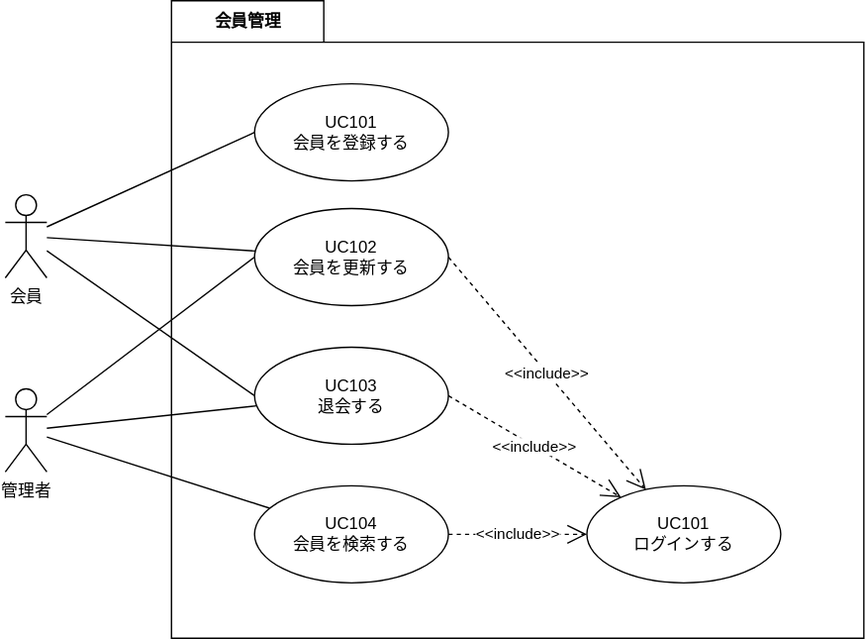
Before: documents/10_要件定義/image/usecase.svg, a diagram exported from draw.io (la-java-silicon-2021/shopping-doc). Source tidied: cells renumbered, new cells last; positions are measured from the earlier drawing's top-left corner, leaving out a move shared by most shapes.
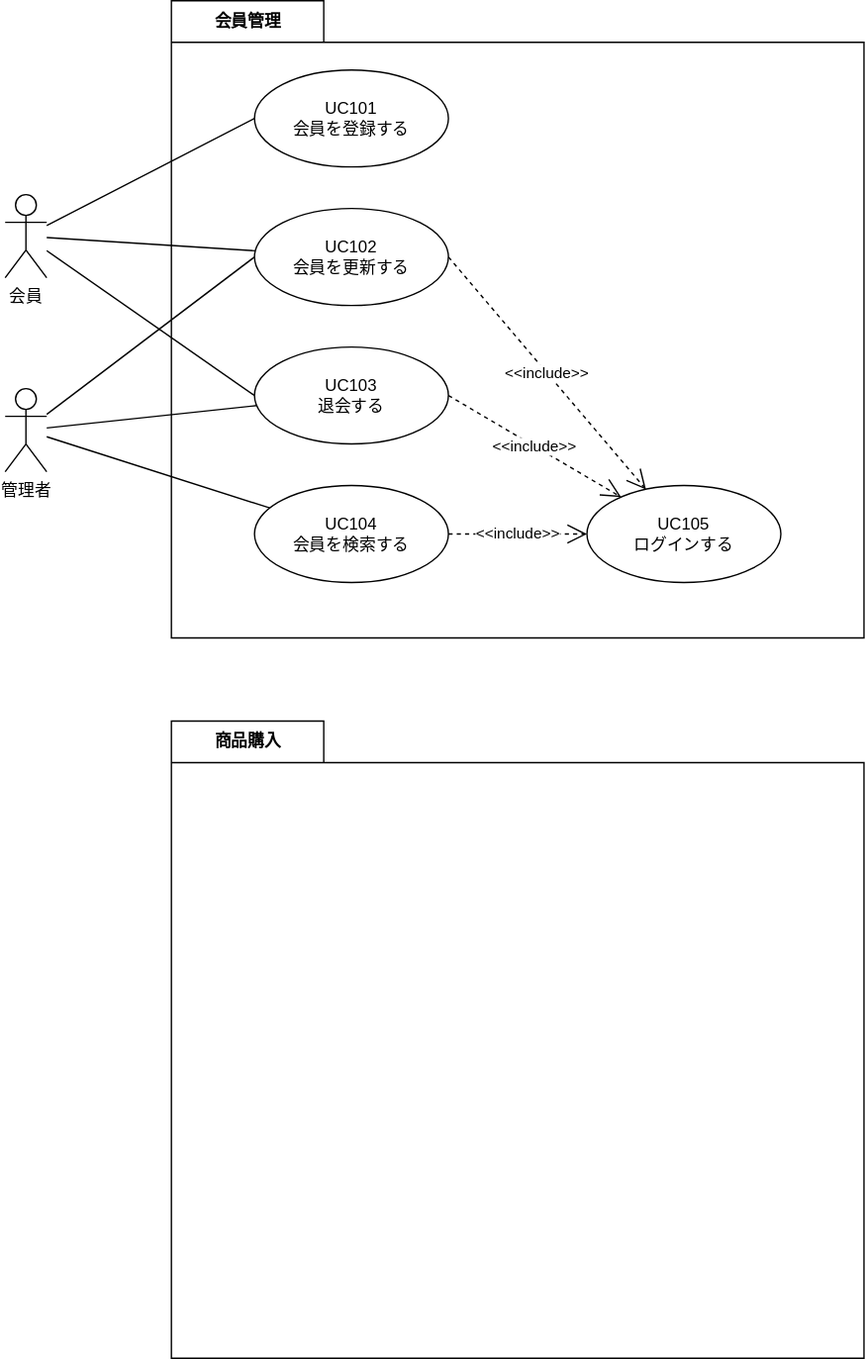
Later version of the same file.

Commit message:
usecase.svg を更新します

Change to the diagram source:
```diff
@@ -9,7 +9,7 @@
       <mxGeometry y="140" width="30" height="60" as="geometry" />
     </mxCell>
     <mxCell id="4" value="UC101&lt;br&gt;会員を登録する" style="ellipse;whiteSpace=wrap;html=1;" parent="1" vertex="1">
-      <mxGeometry x="180" y="60" width="140" height="70" as="geometry" />
+      <mxGeometry x="180" y="50" width="140" height="70" as="geometry" />
     </mxCell>
     <mxCell id="5" value="UC102&lt;br&gt;会員を更新する" style="ellipse;whiteSpace=wrap;html=1;" parent="1" vertex="1">
       <mxGeometry x="180" y="150" width="140" height="70" as="geometry" />
@@ -20,7 +20,7 @@
     <mxCell id="7" value="UC104&lt;br&gt;会員を検索する" style="ellipse;whiteSpace=wrap;html=1;" parent="1" vertex="1">
       <mxGeometry x="180" y="350" width="140" height="70" as="geometry" />
     </mxCell>
-    <mxCell id="8" value="UC101&lt;br&gt;ログインする" style="ellipse;whiteSpace=wrap;html=1;" parent="1" vertex="1">
+    <mxCell id="8" value="UC105&lt;br&gt;ログインする" style="ellipse;whiteSpace=wrap;html=1;" parent="1" vertex="1">
       <mxGeometry x="420" y="350" width="140" height="70" as="geometry" />
     </mxCell>
     <mxCell id="9" value="管理者" style="shape=umlActor;verticalLabelPosition=bottom;verticalAlign=top;html=1;" parent="1" vertex="1">
@@ -53,5 +53,8 @@
     <mxCell id="18" style="endArrow=none;html=1;" parent="1" edge="1" source="9" target="7">
       <mxGeometry relative="1" as="geometry" />
     </mxCell>
+    <mxCell id="19" value="商品購入" style="shape=folder;fontStyle=1;tabWidth=110;tabHeight=30;tabPosition=left;html=1;boundedLbl=1;labelInHeader=1;" parent="1" vertex="1">
+      <mxGeometry x="120" y="520" width="500" height="460" as="geometry" />
+    </mxCell>
   </root>
 </mxGraphModel>
```
